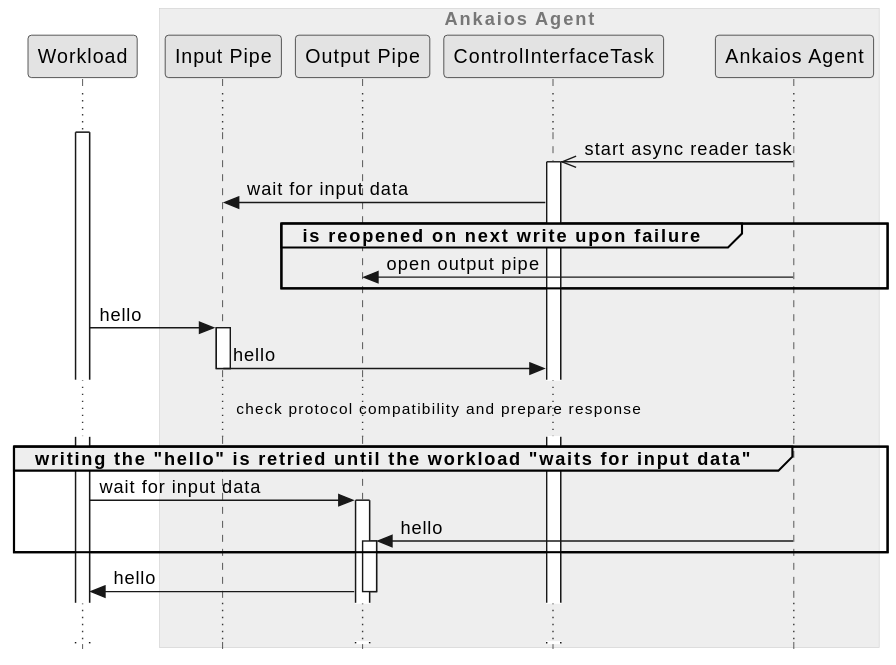
eclipse-ankaios/ankaios keeps this PlantUML diagram as agent/doc/swdesign/plantuml/seq_control_interface_workload_sync.svg. Above is the earlier version. Source of this version:
```plantuml
@startuml
!include ../../../../resources/doc/plantuml/clean.skin

participant Workload as workload

box "Ankaios Agent"
    participant "Input Pipe" as input
    participant "Output Pipe" as output

    participant "ControlInterfaceTask" as ci_task
    participant "Ankaios Agent" as agent

end box


activate workload

...

agent ->> ci_task**: start async reader task
activate ci_task

ci_task -> input: wait for input data

group is reopened on next write upon failure
    agent -> output: open output pipe
end

workload -> input++: hello
input -> ci_task--: hello

... check protocol compatibility and prepare response ...

group writing the "hello" is retried until the workload "waits for input data"
workload -> output ++: wait for input data
    agent -> output++: hello
end
output -> workload--: hello

...
@enduml
```
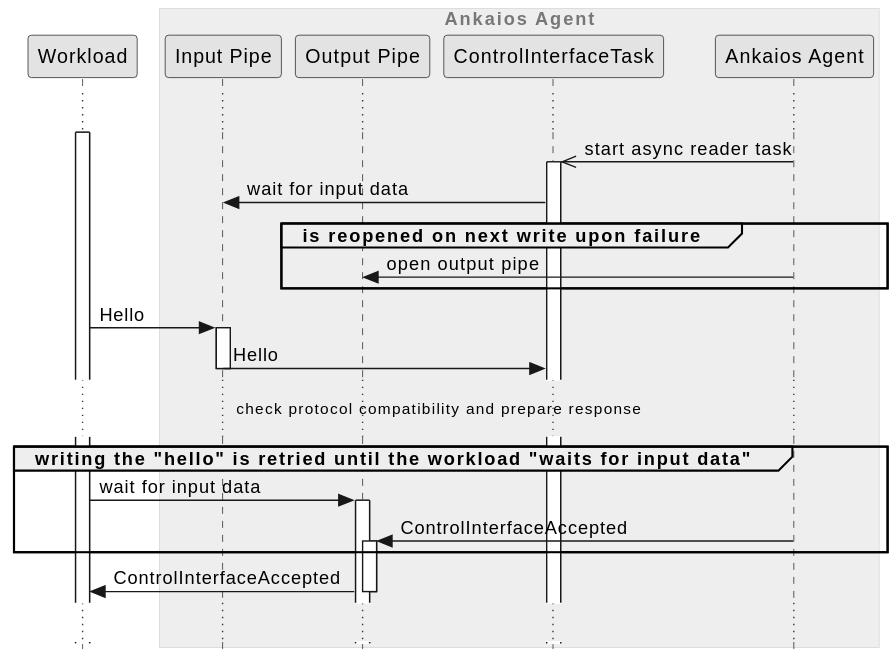
The same diagram one commit later.

Commit message:
Update Control Interface diagrams to new message name

Change to the diagram source:
```diff
@@ -26,16 +26,16 @@
     agent -> output: open output pipe
 end
 
-workload -> input++: hello
-input -> ci_task--: hello
+workload -> input++: Hello
+input -> ci_task--: Hello
 
 ... check protocol compatibility and prepare response ...
 
 group writing the "hello" is retried until the workload "waits for input data"
 workload -> output ++: wait for input data
-    agent -> output++: hello
+    agent -> output++: ControlInterfaceAccepted
 end
-output -> workload--: hello
+output -> workload--: ControlInterfaceAccepted
 
 ...
 @enduml
```
